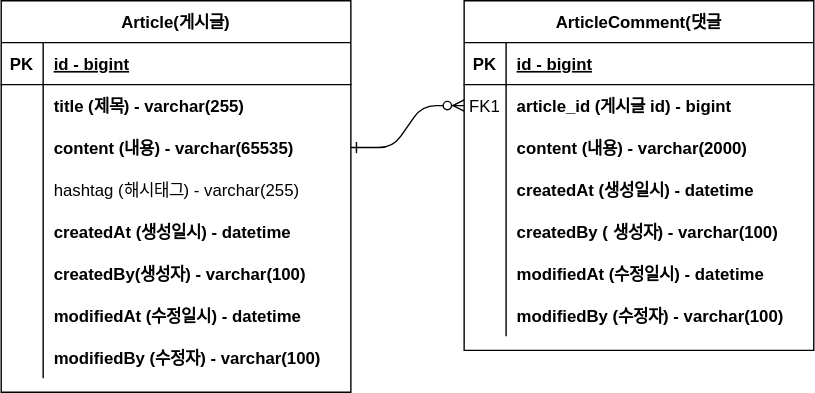
Earlier version of the draw.io export document/project-board-erd.svg (minsssg/project-board). Source tidied: cells renumbered, new cells last; positions are measured from the earlier drawing's top-left corner, leaving out a move shared by most shapes.
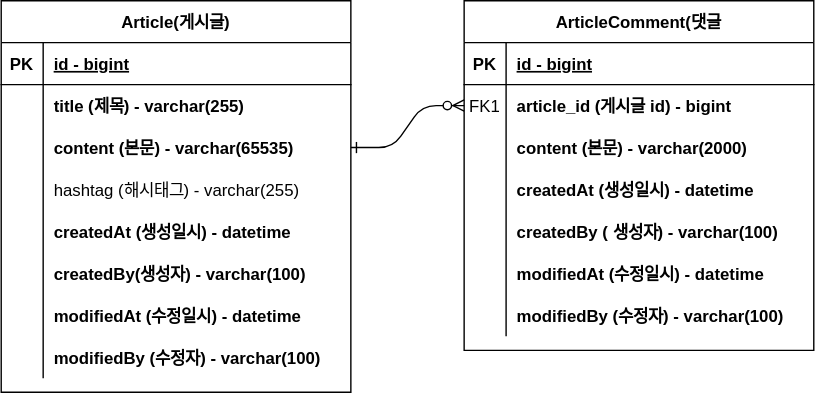
The same file after the commit.

Commit message:
#8 - ERD 주석업데이트: project-board-erd.svg

Diff of the diagram source:
```diff
@@ -32,7 +32,7 @@
     <mxCell id="11" style="shape=partialRectangle;overflow=hidden;fillColor=none;top=0;left=0;bottom=0;right=0;" parent="10" vertex="1">
       <mxGeometry width="30" height="30" as="geometry" />
     </mxCell>
-    <mxCell id="12" value="content (내용) - varchar(2000)" style="shape=partialRectangle;overflow=hidden;fillColor=none;top=0;left=0;bottom=0;right=0;align=left;spacingLeft=6;fontStyle=1;" parent="10" vertex="1">
+    <mxCell id="12" value="content (본문) - varchar(2000)" style="shape=partialRectangle;overflow=hidden;fillColor=none;top=0;left=0;bottom=0;right=0;align=left;spacingLeft=6;fontStyle=1;" parent="10" vertex="1">
       <mxGeometry x="30" width="220" height="30" as="geometry" />
     </mxCell>
     <mxCell id="13" style="shape=partialRectangle;fillColor=none;top=0;left=0;right=0;bottom=0;" parent="3" vertex="1">
@@ -98,7 +98,7 @@
     <mxCell id="33" style="shape=partialRectangle;overflow=hidden;fillColor=none;top=0;left=0;bottom=0;right=0;" parent="32" vertex="1">
       <mxGeometry width="30" height="30" as="geometry" />
     </mxCell>
-    <mxCell id="34" value="content (내용) - varchar(65535)" style="shape=partialRectangle;overflow=hidden;fillColor=none;top=0;left=0;bottom=0;right=0;align=left;spacingLeft=6;fontStyle=1;" parent="32" vertex="1">
+    <mxCell id="34" value="content (본문) - varchar(65535)" style="shape=partialRectangle;overflow=hidden;fillColor=none;top=0;left=0;bottom=0;right=0;align=left;spacingLeft=6;fontStyle=1;" parent="32" vertex="1">
       <mxGeometry x="30" width="220" height="30" as="geometry" />
     </mxCell>
     <mxCell id="35" style="shape=partialRectangle;fillColor=none;top=0;left=0;right=0;bottom=0;" parent="25" vertex="1">
```
